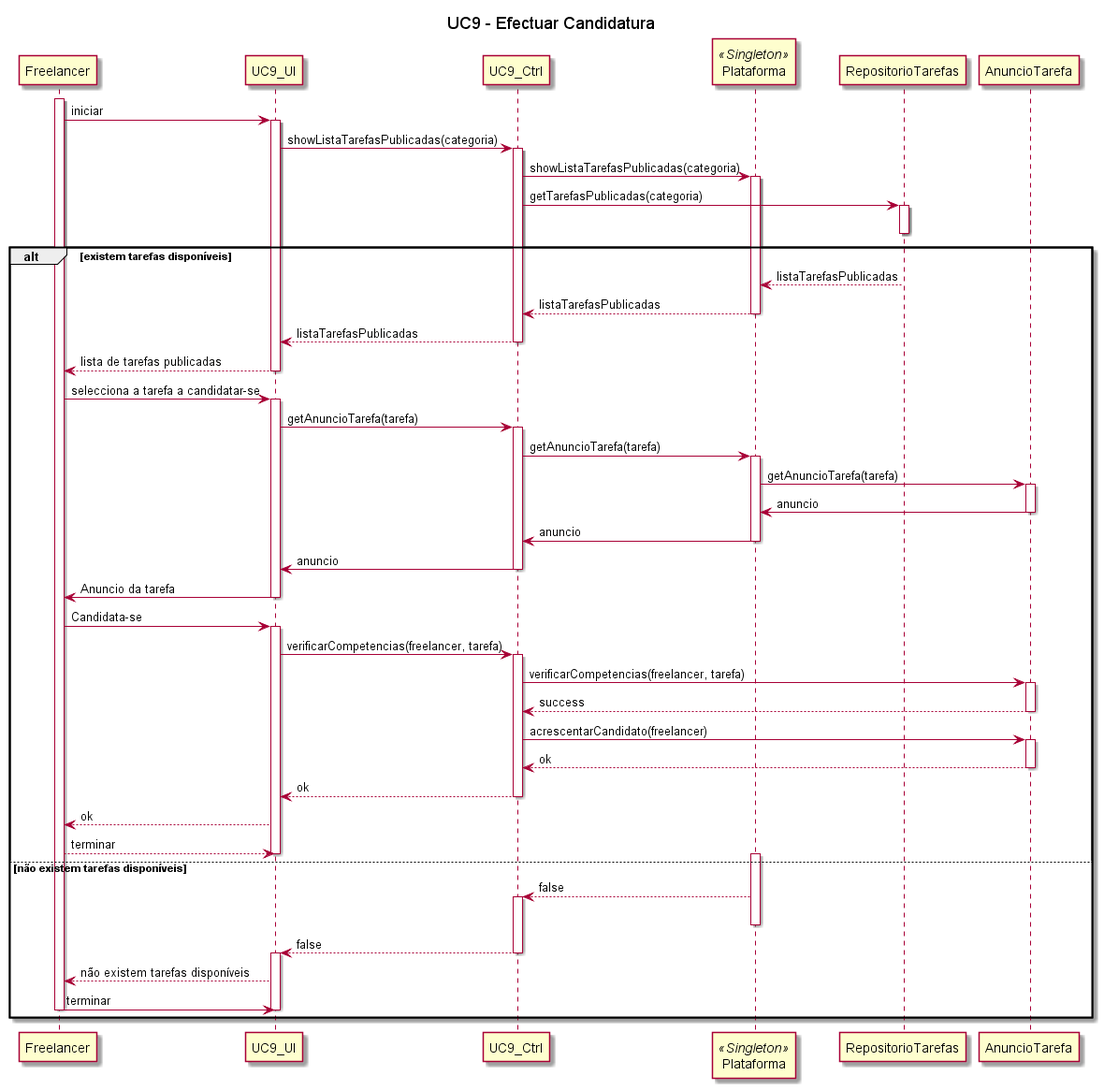
Before: Documentação/Sprint 3/UC09_Efectuar_Candidatura/UC9_Efectuar_Candidatura_DSQ.png, a diagram exported from PlantUML (blestonbandeiraUPSKILL/upskill_java1_labprg_grupo2). Its diagram source:
```plantuml
@startuml

participant Freelancer
participant UC9_UI
participant UC9_Ctrl
participant Plataforma << Singleton >>
participant RepositorioTarefas
participant AnuncioTarefa

title UC9 - Efectuar Candidatura

activate Freelancer
Freelancer->UC9_UI:iniciar
activate UC9_UI
UC9_UI->UC9_Ctrl:showListaTarefasPublicadas(categoria)
activate UC9_Ctrl
UC9_Ctrl->Plataforma: showListaTarefasPublicadas(categoria)
activate Plataforma
UC9_Ctrl->RepositorioTarefas: getTarefasPublicadas(categoria)
activate RepositorioTarefas
deactivate RepositorioTarefas



alt existem tarefas disponíveis
RepositorioTarefas -->Plataforma: listaTarefasPublicadas
deactivate RepositorioTarefas
Plataforma-->UC9_Ctrl: listaTarefasPublicadas
deactivate Plataforma
UC9_Ctrl-->UC9_UI: listaTarefasPublicadas
deactivate UC9_Ctrl
UC9_UI-->Freelancer:lista de tarefas publicadas
deactivate UC9_UI
Freelancer->UC9_UI: selecciona a tarefa a candidatar-se
activate UC9_UI
UC9_UI -> UC9_Ctrl : getAnuncioTarefa(tarefa)
activate UC9_Ctrl
UC9_Ctrl->Plataforma: getAnuncioTarefa(tarefa)
activate Plataforma
Plataforma ->AnuncioTarefa: getAnuncioTarefa(tarefa)
activate AnuncioTarefa
AnuncioTarefa -> Plataforma: anuncio
deactivate AnuncioTarefa
Plataforma -> UC9_Ctrl: anuncio
deactivate Plataforma
UC9_Ctrl -> UC9_UI: anuncio
deactivate UC9_Ctrl
UC9_UI -> Freelancer: Anuncio da tarefa
deactivate UC9_UI
Freelancer -> UC9_UI: Candidata-se



activate UC9_UI

UC9_UI->UC9_Ctrl:verificarCompetencias(freelancer, tarefa)
activate UC9_Ctrl
UC9_Ctrl->AnuncioTarefa:verificarCompetencias(freelancer, tarefa)

activate AnuncioTarefa

AnuncioTarefa-->UC9_Ctrl:success
deactivate AnuncioTarefa
UC9_Ctrl->AnuncioTarefa: acrescentarCandidato(freelancer)
activate AnuncioTarefa
AnuncioTarefa-->UC9_Ctrl: ok
deactivate AnuncioTarefa
UC9_Ctrl-->UC9_UI: ok
deactivate UC9_Ctrl
UC9_UI-->Freelancer: ok

UC9_UI<--Freelancer: terminar
deactivate UC9_UI
else não existem tarefas disponíveis
activate Plataforma
Plataforma-->UC9_Ctrl: false
activate UC9_Ctrl

deactivate Plataforma

UC9_Ctrl-->UC9_UI: false
deactivate UC9_Ctrl
activate UC9_UI

deactivate UC9_Ctrl
UC9_UI-->Freelancer:não existem tarefas disponíveis


Freelancer->UC9_UI: terminar
deactivate UC9_UI
deactivate Freelancer
end
@enduml
```
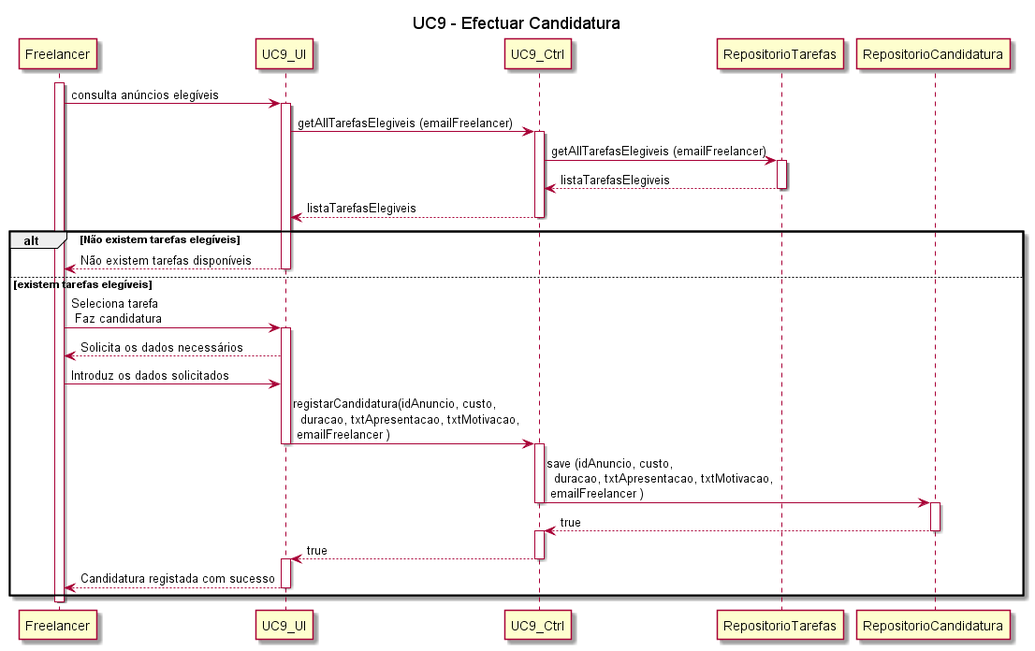
The same file after the commit.

Diff of the diagram source:
```diff
@@ -3,91 +3,43 @@
 participant Freelancer
 participant UC9_UI
 participant UC9_Ctrl
-participant Plataforma << Singleton >>
 participant RepositorioTarefas
-participant AnuncioTarefa
+
 
 title UC9 - Efectuar Candidatura
-
 activate Freelancer
-Freelancer->UC9_UI:iniciar
+Freelancer -> UC9_UI : consulta anúncios elegíveis
 activate UC9_UI
-UC9_UI->UC9_Ctrl:showListaTarefasPublicadas(categoria)
+UC9_UI -> UC9_Ctrl : getAllTarefasElegiveis (emailFreelancer)
 activate UC9_Ctrl
-UC9_Ctrl->Plataforma: showListaTarefasPublicadas(categoria)
-activate Plataforma
-UC9_Ctrl->RepositorioTarefas: getTarefasPublicadas(categoria)
+UC9_Ctrl -> RepositorioTarefas : getAllTarefasElegiveis (emailFreelancer)
 activate RepositorioTarefas
+RepositorioTarefas --> UC9_Ctrl : listaTarefasElegiveis
 deactivate RepositorioTarefas
-
-
-
-alt existem tarefas disponíveis
-RepositorioTarefas -->Plataforma: listaTarefasPublicadas
-deactivate RepositorioTarefas
-Plataforma-->UC9_Ctrl: listaTarefasPublicadas
-deactivate Plataforma
-UC9_Ctrl-->UC9_UI: listaTarefasPublicadas
+UC9_Ctrl --> UC9_UI : listaTarefasElegiveis
 deactivate UC9_Ctrl
-UC9_UI-->Freelancer:lista de tarefas publicadas
+alt Não existem tarefas elegíveis
+UC9_UI --> Freelancer : Não existem tarefas disponíveis
 deactivate UC9_UI
-Freelancer->UC9_UI: selecciona a tarefa a candidatar-se
+else existem tarefas elegíveis
+Freelancer -> UC9_UI : Seleciona tarefa \n Faz candidatura
 activate UC9_UI
-UC9_UI -> UC9_Ctrl : getAnuncioTarefa(tarefa)
+UC9_UI --> Freelancer : Solicita os dados necessários
+Freelancer -> UC9_UI : Introduz os dados solicitados
+UC9_UI -> UC9_Ctrl : registarCandidatura(idAnuncio, custo,\n  duracao, txtApresentacao, txtMotivacao,\n emailFreelancer )
+deactivate UC9_UI
 activate UC9_Ctrl
-UC9_Ctrl->Plataforma: getAnuncioTarefa(tarefa)
-activate Plataforma
-Plataforma ->AnuncioTarefa: getAnuncioTarefa(tarefa)
-activate AnuncioTarefa
-AnuncioTarefa -> Plataforma: anuncio
-deactivate AnuncioTarefa
-Plataforma -> UC9_Ctrl: anuncio
-deactivate Plataforma
-UC9_Ctrl -> UC9_UI: anuncio
+UC9_Ctrl -> RepositorioCandidatura : save (idAnuncio, custo,\n  duracao, txtApresentacao, txtMotivacao,\n emailFreelancer )
 deactivate UC9_Ctrl
-UC9_UI -> Freelancer: Anuncio da tarefa
-deactivate UC9_UI
-Freelancer -> UC9_UI: Candidata-se
-
-
-
-activate UC9_UI
-
-UC9_UI->UC9_Ctrl:verificarCompetencias(freelancer, tarefa)
+activate RepositorioCandidatura
+RepositorioCandidatura --> UC9_Ctrl : true
+deactivate RepositorioCandidatura
 activate UC9_Ctrl
-UC9_Ctrl->AnuncioTarefa:verificarCompetencias(freelancer, tarefa)
-
-activate AnuncioTarefa
-
-AnuncioTarefa-->UC9_Ctrl:success
-deactivate AnuncioTarefa
-UC9_Ctrl->AnuncioTarefa: acrescentarCandidato(freelancer)
-activate AnuncioTarefa
-AnuncioTarefa-->UC9_Ctrl: ok
-deactivate AnuncioTarefa
-UC9_Ctrl-->UC9_UI: ok
-deactivate UC9_Ctrl
-UC9_UI-->Freelancer: ok
-
-UC9_UI<--Freelancer: terminar
-deactivate UC9_UI
-else não existem tarefas disponíveis
-activate Plataforma
-Plataforma-->UC9_Ctrl: false
-activate UC9_Ctrl
-
-deactivate Plataforma
-
-UC9_Ctrl-->UC9_UI: false
+UC9_Ctrl --> UC9_UI : true
 deactivate UC9_Ctrl
 activate UC9_UI
-
-deactivate UC9_Ctrl
-UC9_UI-->Freelancer:não existem tarefas disponíveis
-
-
-Freelancer->UC9_UI: terminar
+UC9_UI --> Freelancer : Candidatura registada com sucesso
 deactivate UC9_UI
+end
 deactivate Freelancer
-end
 @enduml
```
